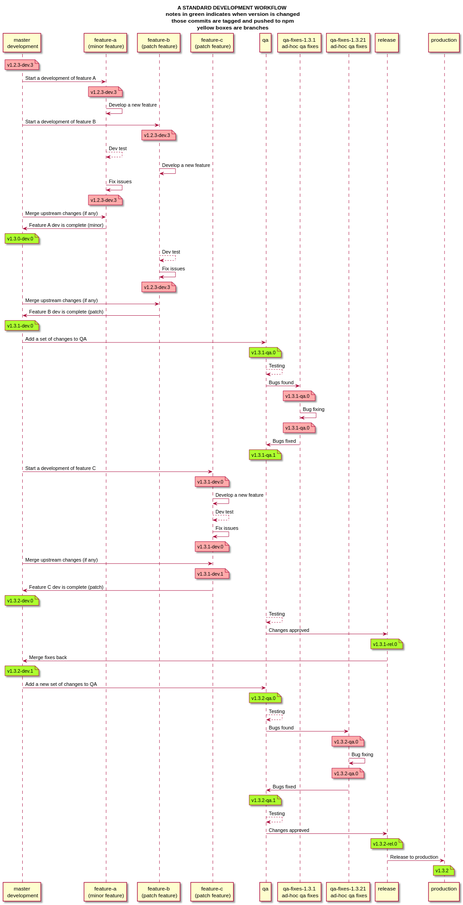
This is development/git-workflow/git-std-worklow-proposal.svg from alpheios-project/documentation, a PlantUML export, as it was before one commit. Source of this version:
```plantuml
@startuml
title A STANDARD DEVELOPMENT WORKFLOW\n notes in green indicates when version is changed\n those commits are tagged and pushed to npm\n yellow boxes are branches
participant "master\n development" as mst
participant "feature-a\n (minor feature)" as f1
participant "feature-b\n (patch feature)" as f2
participant "feature-c\n (patch feature)" as f3
participant "qa\n" as qa
participant "qa-fixes-1.3.1\n ad-hoc qa fixes" as qafix
participant "qa-fixes-1.3.21\n ad-hoc qa fixes" as qafix2
participant "release\n" as rel
participant "production\n" as prod

note over mst #FFAAAA: v1.2.3-dev.3
mst -> f1: Start a development of feature A
note over f1 #FFAAAA: v1.2.3-dev.3
f1 -> f1: Develop a new feature
mst -> f2: Start a development of feature B
note over f2 #FFAAAA: v1.2.3-dev.3
f1 --> f1: Dev test
f2 -> f2: Develop a new feature
f1 -> f1: Fix issues
note over f1 #FFAAAA: v1.2.3-dev.3
mst -> f1: Merge upstream changes (if any)
f1 -> mst: Feature A dev is complete (minor)
note over mst #GreenYellow: v1.3.0-dev.0

f2 --> f2: Dev test
f2 -> f2: Fix issues
note over f2 #FFAAAA: v1.2.3-dev.3
mst -> f2: Merge upstream changes (if any)
f2 -> mst: Feature B dev is complete (patch)
note over mst #GreenYellow: v1.3.1-dev.0

mst -> qa: Add a set of changes to QA
note over qa #GreenYellow: v1.3.1-qa.0
qa --> qa: Testing
qa -> qafix: Bugs found
note over qafix #FFAAAA: v1.3.1-qa.0
qafix -> qafix: Bug fixing
note over qafix #FFAAAA: v1.3.1-qa.0
qafix -> qa: Bugs fixed
note over qa #GreenYellow: v1.3.1-qa.1

mst -> f3: Start a development of feature C
note over f3 #FFAAAA: v1.3.1-dev.0
f3 -> f3: Develop a new feature
f3 --> f3: Dev test
f3 -> f3: Fix issues
note over f3 #FFAAAA: v1.3.1-dev.0
mst -> f3: Merge upstream changes (if any)
note over f3 #FFAAAA: v1.3.1-dev.1
f3 -> mst: Feature C dev is complete (patch)
note over mst #GreenYellow: v1.3.2-dev.0

qa --> qa: Testing
qa -> rel: Changes approved
note over rel #GreenYellow: v1.3.1-rel.0
rel -> mst: Merge fixes back
note over mst #GreenYellow: v1.3.2-dev.1

mst -> qa: Add a new set of changes to QA
note over qa #GreenYellow: v1.3.2-qa.0
qa --> qa: Testing
qa -> qafix2: Bugs found
note over qafix2 #FFAAAA: v1.3.2-qa.0
qafix2 -> qafix2: Bug fixing
note over qafix2 #FFAAAA: v1.3.2-qa.0
qafix2 -> qa: Bugs fixed
note over qa #GreenYellow: v1.3.2-qa.1
qa --> qa: Testing
qa -> rel: Changes approved
note over rel #GreenYellow: v1.3.2-rel.0

rel -> prod: Release to production
note over prod #GreenYellow: v1.3.2
@enduml
```
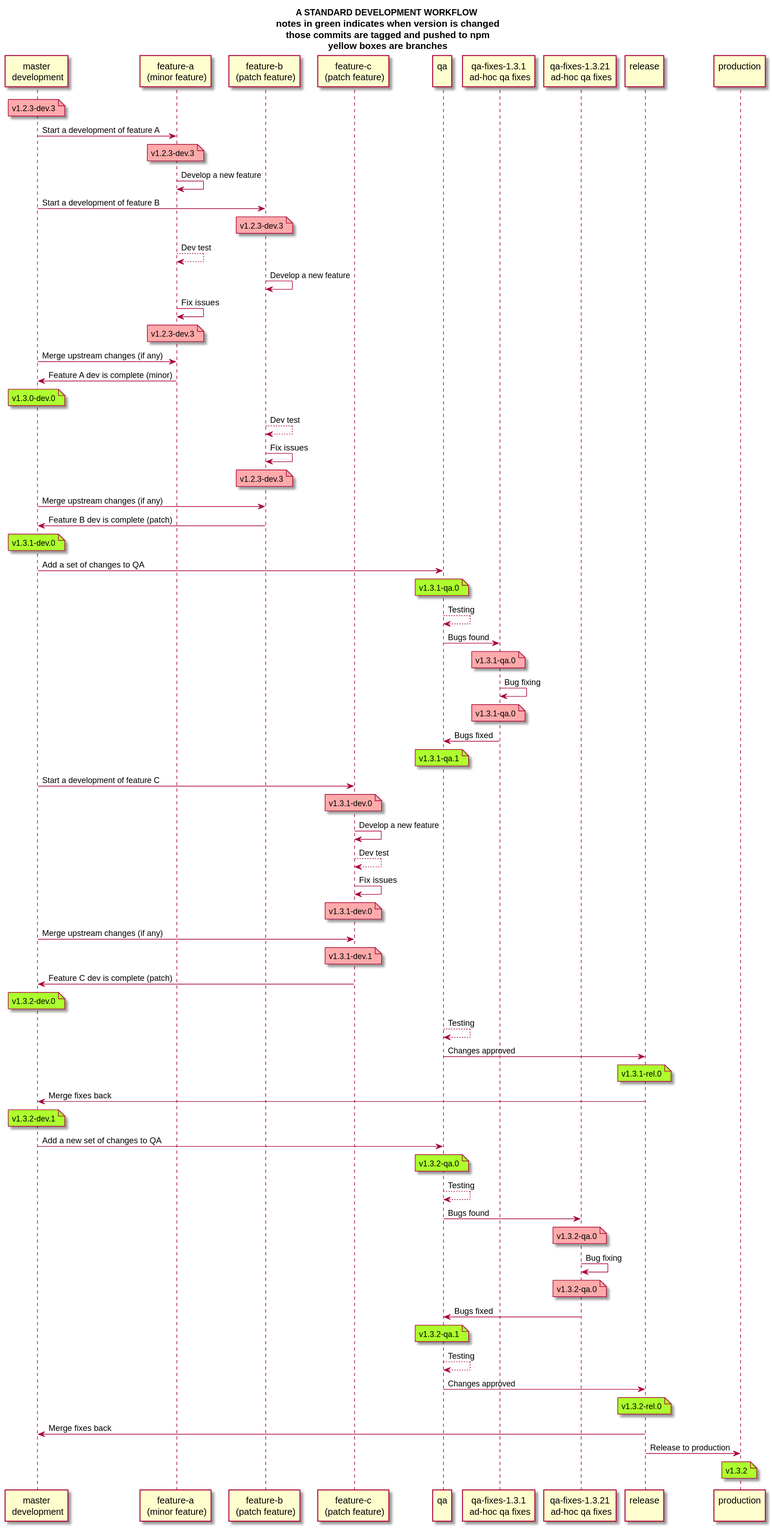
The same diagram one commit later.

Commit message:
Updated a workflow diagram

The edit, as a diff of the source:
```diff
@@ -70,6 +70,7 @@
 qa --> qa: Testing
 qa -> rel: Changes approved
 note over rel #GreenYellow: v1.3.2-rel.0
+rel -> mst: Merge fixes back
 
 rel -> prod: Release to production
 note over prod #GreenYellow: v1.3.2
```
